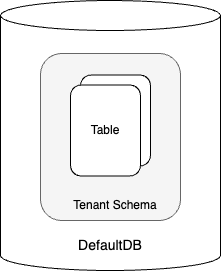
Above: docs-blogs/docs/images/multitenancy/default-db.png in dirigible-io/dirigible-io.github.io (draw.io), before the change. Source tidied: cells renumbered, new cells last; positions are measured from the earlier drawing's top-left corner, leaving out a move shared by most shapes. The source it was exported from:
```xml
<mxGraphModel>
  <root>
    <mxCell id="0" />
    <mxCell id="1" parent="0" />
    <mxCell id="2" style="rounded=1;whiteSpace=wrap;html=1;labelPosition=center;verticalLabelPosition=bottom;align=center;verticalAlign=top;" parent="1" vertex="1">
      <mxGeometry x="50" y="40" width="140" height="167" as="geometry" />
    </mxCell>
    <mxCell id="3" style="shape=cylinder3;whiteSpace=wrap;html=1;boundedLbl=1;backgroundOutline=1;size=15;" parent="1" vertex="1">
      <mxGeometry width="220" height="270" as="geometry" />
    </mxCell>
    <mxCell id="4" value="DefaultDB" style="text;html=1;strokeColor=none;fillColor=none;align=center;verticalAlign=middle;whiteSpace=wrap;rounded=0;fontSize=14;" parent="1" vertex="1">
      <mxGeometry x="55" y="230" width="110" height="30" as="geometry" />
    </mxCell>
    <mxCell id="5" style="rounded=1;whiteSpace=wrap;html=1;labelPosition=center;verticalLabelPosition=bottom;align=center;verticalAlign=top;fillColor=#f5f5f5;fontColor=#333333;strokeColor=#666666;" parent="1" vertex="1">
      <mxGeometry x="40" y="53" width="140" height="167" as="geometry" />
    </mxCell>
    <mxCell id="6" value="Table" style="rounded=1;whiteSpace=wrap;html=1;" parent="1" vertex="1">
      <mxGeometry x="80" y="74.5" width="70" height="91" as="geometry" />
    </mxCell>
    <mxCell id="7" value="Table" style="rounded=1;whiteSpace=wrap;html=1;" parent="1" vertex="1">
      <mxGeometry x="70" y="84.5" width="70" height="91" as="geometry" />
    </mxCell>
    <mxCell id="8" value="Tenant Schema" style="text;html=1;strokeColor=none;fillColor=none;align=center;verticalAlign=middle;whiteSpace=wrap;rounded=0;" parent="1" vertex="1">
      <mxGeometry x="60" y="190" width="110" height="30" as="geometry" />
    </mxCell>
  </root>
</mxGraphModel>
```
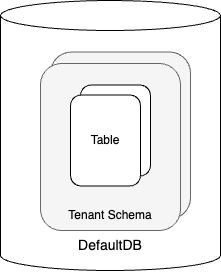
After the change.

Diff of the diagram source:
```diff
@@ -12,16 +12,19 @@
       <mxGeometry x="55" y="230" width="110" height="30" as="geometry" />
     </mxCell>
     <mxCell id="5" style="rounded=1;whiteSpace=wrap;html=1;labelPosition=center;verticalLabelPosition=bottom;align=center;verticalAlign=top;fillColor=#f5f5f5;fontColor=#333333;strokeColor=#666666;" parent="1" vertex="1">
-      <mxGeometry x="40" y="53" width="140" height="167" as="geometry" />
+      <mxGeometry x="50" y="51.5" width="140" height="167" as="geometry" />
     </mxCell>
+    <mxCell id="9" style="rounded=1;whiteSpace=wrap;html=1;labelPosition=center;verticalLabelPosition=bottom;align=center;verticalAlign=top;fillColor=#f5f5f5;fontColor=#333333;strokeColor=#666666;" parent="1" vertex="1">
+      <mxGeometry x="40" y="63" width="140" height="167" as="geometry" />
+    </mxCell>
     <mxCell id="6" value="Table" style="rounded=1;whiteSpace=wrap;html=1;" parent="1" vertex="1">
-      <mxGeometry x="80" y="74.5" width="70" height="91" as="geometry" />
+      <mxGeometry x="80" y="84.5" width="70" height="91" as="geometry" />
     </mxCell>
     <mxCell id="7" value="Table" style="rounded=1;whiteSpace=wrap;html=1;" parent="1" vertex="1">
-      <mxGeometry x="70" y="84.5" width="70" height="91" as="geometry" />
+      <mxGeometry x="70" y="94.5" width="70" height="91" as="geometry" />
     </mxCell>
     <mxCell id="8" value="Tenant Schema" style="text;html=1;strokeColor=none;fillColor=none;align=center;verticalAlign=middle;whiteSpace=wrap;rounded=0;" parent="1" vertex="1">
-      <mxGeometry x="60" y="190" width="110" height="30" as="geometry" />
+      <mxGeometry x="55" y="200" width="110" height="30" as="geometry" />
     </mxCell>
   </root>
 </mxGraphModel>
```
